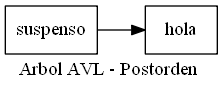
Earlier version of the Graphviz export EDD_Proyecto2/Reportes/ArbolPostorden.png (hr9457/EDD_1S2020_PY2_201314296). Its source is kept beside it as EDD_Proyecto2/ArchivosDot/ArbolPostorden.dot.
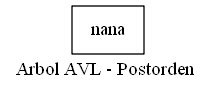
Later version of the same file.

Diff of the diagram source:
```diff
@@ -1,8 +1,7 @@
 digraph arbolpostorden {
 node [shape = record];
 rankdir=LR;
-nodo0[label="suspenso"];
-nodo1[label="hola"];
-nodo0->nodo1;
+nodo0[label="nana"];
+nodo0;
 label = "Arbol AVL - Postorden "
 }
```
